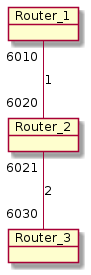
mengsince1986/RIP_Router_Simulator keeps this PlantUML diagram as network_topology/COSC364 RIP Network Topology.png. Above is the earlier version. Source of this version:
```plantuml
@startuml COSC364 RIP Network Topology
object Router_1
object Router_2
object Router_3

Router_1 "6010" -- "6020" Router_2 : 1
Router_2 "6021"-- "6030" Router_3 : 2
@enduml
```
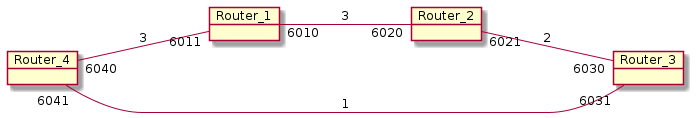
After the change.

Commit message:
add router4 config and add update new route part to Router.update_routing_table

What changed in the source:
```diff
@@ -1,8 +1,13 @@
 @startuml COSC364 RIP Network Topology
+left to right direction
+
 object Router_1
 object Router_2
 object Router_3
+object Router_4
 
-Router_1 "6010" -- "6020" Router_2 : 1
-Router_2 "6021"-- "6030" Router_3 : 2
+Router_1 "6010" --- "6020" Router_2 : 3
+Router_2 "6021" --- "6030" Router_3 : 2
+Router_4 "6040" --- "6011" Router_1 : 3
+Router_4 "6041" --- "6031" Router_3 : 1
 @enduml
```
